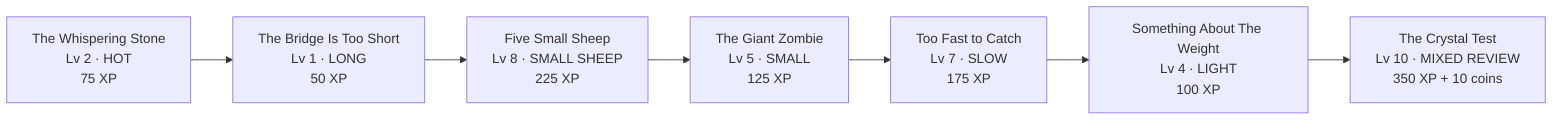
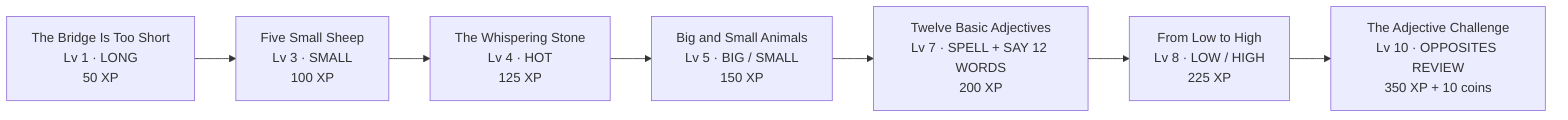
flowchart LR
-   Q1["The Whispering Stone<br/>Lv 2 · HOT<br/>75 XP"]
-   Q2["The Bridge Is Too Short<br/>Lv 1 · LONG<br/>50 XP"]
-   Q3["Five Small Sheep<br/>Lv 8 · SMALL SHEEP<br/>225 XP"]
-   Q4["The Giant Zombie<br/>Lv 5 · SMALL<br/>125 XP"]
-   Q5["Too Fast to Catch<br/>Lv 7 · SLOW<br/>175 XP"]
-   Q6["Something About The Weight<br/>Lv 4 · LIGHT<br/>100 XP"]
-   Q7["The Crystal Test<br/>Lv 10 · MIXED REVIEW<br/>350 XP + 10 coins"]
+   Q1["The Bridge Is Too Short<br/>Lv 1 · LONG<br/>50 XP"]
+   Q2["Five Small Sheep<br/>Lv 3 · SMALL<br/>100 XP"]
+   Q3["The Whispering Stone<br/>Lv 4 · HOT<br/>125 XP"]
+   Q4["Big and Small Animals<br/>Lv 5 · BIG / SMALL<br/>150 XP"]
+   Q5["Twelve Basic Adjectives<br/>Lv 7 · SPELL + SAY 12 WORDS<br/>200 XP"]
+   Q6["From Low to High<br/>Lv 8 · LOW / HIGH<br/>225 XP"]
+   Q7["The Adjective Challenge<br/>Lv 10 · OPPOSITES REVIEW<br/>350 XP + 10 coins"]

  Q1 --> Q2 --> Q3 --> Q4 --> Q5 --> Q6 --> Q7
